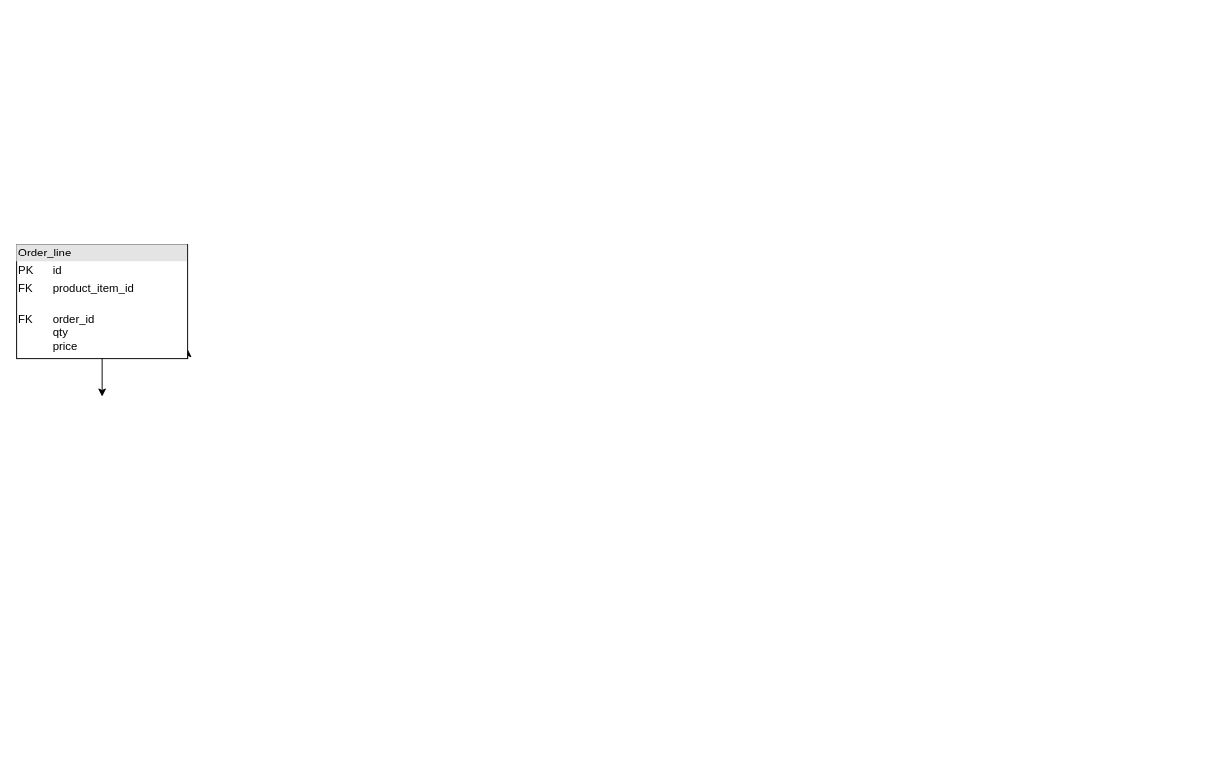
Earlier version of the draw.io diagram JavaNotes/Database/E-Commerce.drawio (FerdoushiNahar/Java). Source tidied: cells renumbered, new cells numbered last; positions are measured from the earlier drawing's top-left corner, leaving out a move shared by most shapes. Both pictures are drawn from the tidied source at 95%, with x=0, y=0 at pixel (16, 244).
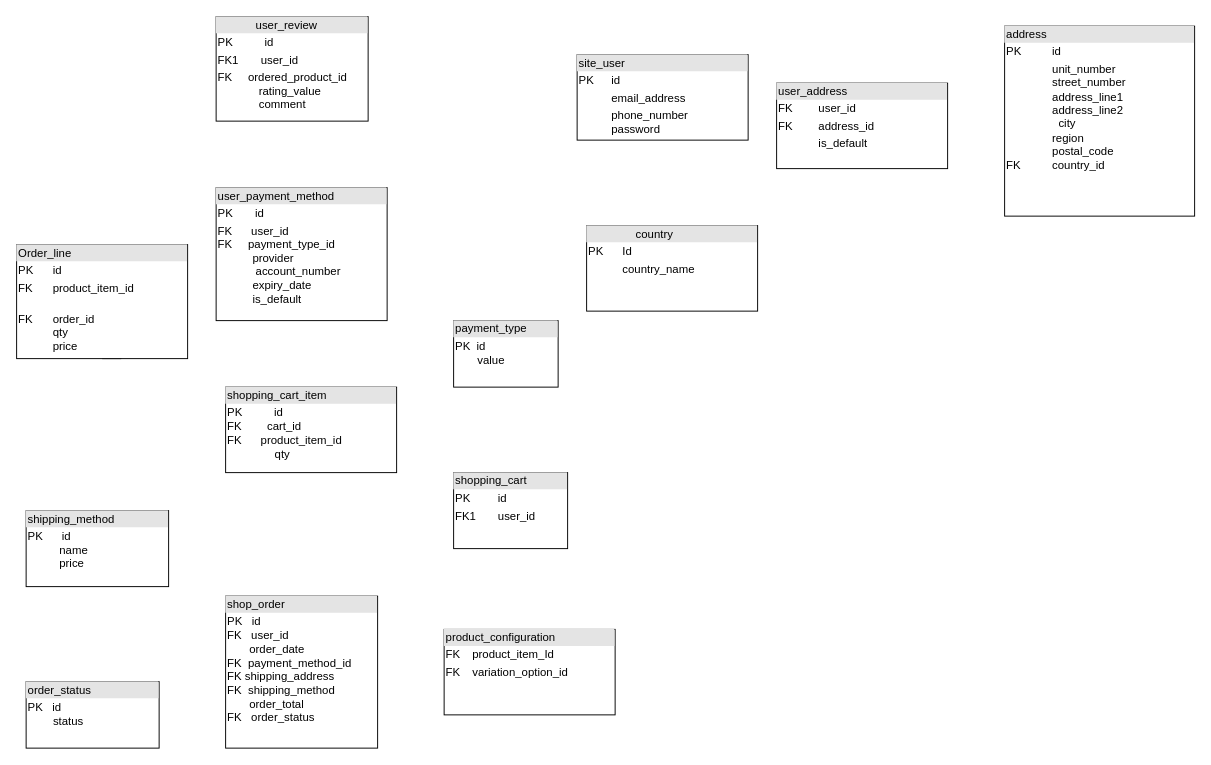
The same diagram, later.

Diff of the diagram source:
```diff
@@
 <mxGraphModel>
   <root>
     <mxCell id="0" />
     <mxCell id="1" parent="0" />
-    <mxCell id="2" style="edgeStyle=orthogonalEdgeStyle;rounded=0;orthogonalLoop=1;jettySize=auto;html=1;" parent="1" edge="1">
-      <mxGeometry relative="1" as="geometry">
-        <mxPoint x="90" y="110" as="sourcePoint" />
-        <mxPoint x="90" y="160" as="targetPoint" />
-      </mxGeometry>
-    </mxCell>
     <mxCell id="3" style="edgeStyle=orthogonalEdgeStyle;rounded=0;jettySize=auto;html=1;exitX=0.5;exitY=1;exitDx=0;exitDy=0;" parent="1" edge="1" source="5">
       <mxGeometry relative="1" as="geometry">
-        <mxPoint x="90" y="100" as="targetPoint" />
+        <mxPoint x="110" y="100" as="targetPoint" />
       </mxGeometry>
     </mxCell>
-    <mxCell id="4" style="edgeStyle=orthogonalEdgeStyle;rounded=0;jettySize=auto;html=1;exitX=1;exitY=1;exitDx=0;exitDy=0;" parent="1" edge="1" source="5">
-      <mxGeometry relative="1" as="geometry">
-        <mxPoint x="180" y="110" as="targetPoint" />
-      </mxGeometry>
-    </mxCell>
     <mxCell id="5" value="&lt;div style=&quot;box-sizing:border-box;width:100%;background:#e4e4e4;padding:2px;&quot;&gt;Order_line&lt;/div&gt;&lt;table style=&quot;width:100%;font-size:1em;&quot; cellpadding=&quot;2&quot; cellspacing=&quot;0&quot;&gt;&lt;tbody&gt;&lt;tr&gt;&lt;td&gt;PK&lt;/td&gt;&lt;td&gt;id&lt;br&gt;&lt;/td&gt;&lt;/tr&gt;&lt;tr&gt;&lt;td&gt;FK&amp;nbsp;&lt;br&gt;&lt;/td&gt;&lt;td&gt;product_item_id&lt;br&gt;&lt;/td&gt;&lt;/tr&gt;&lt;tr&gt;&lt;td&gt;&lt;br&gt;FK&lt;br&gt;&lt;br&gt;&lt;br&gt;&lt;br&gt;&lt;/td&gt;&lt;td&gt;order_id&lt;br&gt;qty&lt;br&gt;price&lt;/td&gt;&lt;/tr&gt;&lt;/tbody&gt;&lt;/table&gt;" style="verticalAlign=top;align=left;overflow=fill;html=1;whiteSpace=wrap;" parent="1" vertex="1">
       <mxGeometry width="180" height="120" as="geometry" />
     </mxCell>
+    <mxCell id="6" value="&lt;div style=&quot;box-sizing:border-box;width:100%;background:#e4e4e4;padding:2px;&quot;&gt;&amp;nbsp; &amp;nbsp; &amp;nbsp; &amp;nbsp; &amp;nbsp; &amp;nbsp; user_review&lt;/div&gt;&lt;table style=&quot;width:100%;font-size:1em;&quot; cellpadding=&quot;2&quot; cellspacing=&quot;0&quot;&gt;&lt;tbody&gt;&lt;tr&gt;&lt;td&gt;PK&amp;nbsp; &amp;nbsp; &amp;nbsp; &amp;nbsp; &amp;nbsp; id&lt;/td&gt;&lt;td&gt;&lt;br&gt;&lt;/td&gt;&lt;/tr&gt;&lt;tr&gt;&lt;td&gt;FK1&amp;nbsp; &amp;nbsp; &amp;nbsp; &amp;nbsp;user_id&lt;/td&gt;&lt;td&gt;&lt;br&gt;&lt;/td&gt;&lt;/tr&gt;&lt;tr&gt;&lt;td&gt;FK&amp;nbsp; &amp;nbsp; &amp;nbsp;ordered_product_id&lt;br&gt;&amp;nbsp; &amp;nbsp; &amp;nbsp; &amp;nbsp; &amp;nbsp; &amp;nbsp; &amp;nbsp;rating_value&lt;br&gt;&amp;nbsp; &amp;nbsp; &amp;nbsp; &amp;nbsp; &amp;nbsp; &amp;nbsp; &amp;nbsp;comment&lt;br&gt;&amp;nbsp; &amp;nbsp;&amp;nbsp;&lt;/td&gt;&lt;td&gt;&lt;br&gt;&lt;br&gt;&lt;/td&gt;&lt;/tr&gt;&lt;/tbody&gt;&lt;/table&gt;" style="verticalAlign=top;align=left;overflow=fill;html=1;whiteSpace=wrap;" parent="1" vertex="1">
+      <mxGeometry x="210" y="-240" width="160" height="110" as="geometry" />
+    </mxCell>
+    <mxCell id="7" value="&lt;div style=&quot;box-sizing:border-box;width:100%;background:#e4e4e4;padding:2px;&quot;&gt;user_payment_method&lt;/div&gt;&lt;table style=&quot;width:100%;font-size:1em;&quot; cellpadding=&quot;2&quot; cellspacing=&quot;0&quot;&gt;&lt;tbody&gt;&lt;tr&gt;&lt;td&gt;PK&amp;nbsp; &amp;nbsp; &amp;nbsp; &amp;nbsp;id&lt;/td&gt;&lt;td&gt;&lt;br&gt;&lt;/td&gt;&lt;/tr&gt;&lt;tr&gt;&lt;td&gt;FK&amp;nbsp; &amp;nbsp; &amp;nbsp; user_id&lt;br&gt;FK&amp;nbsp; &amp;nbsp; &amp;nbsp;payment_type_id&lt;br&gt;&amp;nbsp; &amp;nbsp; &amp;nbsp; &amp;nbsp; &amp;nbsp; &amp;nbsp;provider&lt;br&gt;&amp;nbsp; &amp;nbsp; &amp;nbsp; &amp;nbsp; &amp;nbsp; &amp;nbsp; account_number&lt;br&gt;&amp;nbsp; &amp;nbsp; &amp;nbsp; &amp;nbsp; &amp;nbsp; &amp;nbsp;expiry_date&lt;br&gt;&amp;nbsp; &amp;nbsp; &amp;nbsp; &amp;nbsp; &amp;nbsp; &amp;nbsp;is_default&lt;/td&gt;&lt;td&gt;&lt;br&gt;&lt;/td&gt;&lt;/tr&gt;&lt;tr&gt;&lt;td&gt;&lt;/td&gt;&lt;td&gt;&lt;br&gt;&lt;/td&gt;&lt;/tr&gt;&lt;/tbody&gt;&lt;/table&gt;" style="verticalAlign=top;align=left;overflow=fill;html=1;whiteSpace=wrap;" parent="1" vertex="1">
+      <mxGeometry x="210" y="-60" width="180" height="140" as="geometry" />
+    </mxCell>
+    <mxCell id="8" value="&lt;div style=&quot;box-sizing:border-box;width:100%;background:#e4e4e4;padding:2px;&quot;&gt;shopping_cart_item&lt;/div&gt;&lt;table style=&quot;width:100%;font-size:1em;&quot; cellpadding=&quot;2&quot; cellspacing=&quot;0&quot;&gt;&lt;tbody&gt;&lt;tr&gt;&lt;td&gt;PK&amp;nbsp; &amp;nbsp; &amp;nbsp; &amp;nbsp; &amp;nbsp; id&lt;br&gt;FK&amp;nbsp; &amp;nbsp; &amp;nbsp; &amp;nbsp; cart_id&lt;br&gt;FK&amp;nbsp; &amp;nbsp; &amp;nbsp; product_item_id&lt;br&gt;&amp;nbsp; &amp;nbsp; &amp;nbsp; &amp;nbsp; &amp;nbsp; &amp;nbsp; &amp;nbsp; &amp;nbsp;qty&lt;/td&gt;&lt;td&gt;&lt;br&gt;&lt;/td&gt;&lt;/tr&gt;&lt;tr&gt;&lt;td&gt;&lt;br&gt;&lt;/td&gt;&lt;td&gt;&lt;br&gt;&lt;/td&gt;&lt;/tr&gt;&lt;tr&gt;&lt;td&gt;&lt;/td&gt;&lt;td&gt;&lt;br&gt;&lt;/td&gt;&lt;/tr&gt;&lt;/tbody&gt;&lt;/table&gt;" style="verticalAlign=top;align=left;overflow=fill;html=1;whiteSpace=wrap;" parent="1" vertex="1">
+      <mxGeometry x="220" y="150" width="180" height="90" as="geometry" />
+    </mxCell>
+    <mxCell id="9" value="&lt;div style=&quot;box-sizing:border-box;width:100%;background:#e4e4e4;padding:2px;&quot;&gt;shipping_method&lt;/div&gt;&lt;table style=&quot;width:100%;font-size:1em;&quot; cellpadding=&quot;2&quot; cellspacing=&quot;0&quot;&gt;&lt;tbody&gt;&lt;tr&gt;&lt;td&gt;PK&amp;nbsp; &amp;nbsp; &amp;nbsp; id&lt;br&gt;&amp;nbsp; &amp;nbsp; &amp;nbsp; &amp;nbsp; &amp;nbsp; name&lt;br&gt;&amp;nbsp; &amp;nbsp; &amp;nbsp; &amp;nbsp; &amp;nbsp; price&lt;/td&gt;&lt;td&gt;&lt;br&gt;&lt;/td&gt;&lt;/tr&gt;&lt;tr&gt;&lt;td&gt;&lt;br&gt;&lt;/td&gt;&lt;td&gt;&lt;br&gt;&lt;/td&gt;&lt;/tr&gt;&lt;tr&gt;&lt;td&gt;&lt;/td&gt;&lt;td&gt;&lt;br&gt;&lt;/td&gt;&lt;/tr&gt;&lt;/tbody&gt;&lt;/table&gt;" style="verticalAlign=top;align=left;overflow=fill;html=1;whiteSpace=wrap;" parent="1" vertex="1">
+      <mxGeometry x="10" y="280" width="150" height="80" as="geometry" />
+    </mxCell>
+    <mxCell id="10" value="&lt;div style=&quot;box-sizing:border-box;width:100%;background:#e4e4e4;padding:2px;&quot;&gt;order_status&lt;/div&gt;&lt;table style=&quot;width:100%;font-size:1em;&quot; cellpadding=&quot;2&quot; cellspacing=&quot;0&quot;&gt;&lt;tbody&gt;&lt;tr&gt;&lt;td&gt;PK&amp;nbsp; &amp;nbsp;id&lt;br&gt;&amp;nbsp; &amp;nbsp; &amp;nbsp; &amp;nbsp; status&lt;/td&gt;&lt;td&gt;&lt;br&gt;&lt;/td&gt;&lt;/tr&gt;&lt;tr&gt;&lt;td&gt;&lt;br&gt;&lt;/td&gt;&lt;td&gt;&lt;br&gt;&lt;/td&gt;&lt;/tr&gt;&lt;tr&gt;&lt;td&gt;&lt;/td&gt;&lt;td&gt;&lt;br&gt;&lt;/td&gt;&lt;/tr&gt;&lt;/tbody&gt;&lt;/table&gt;" style="verticalAlign=top;align=left;overflow=fill;html=1;whiteSpace=wrap;" parent="1" vertex="1">
+      <mxGeometry x="10" y="460" width="140" height="70" as="geometry" />
+    </mxCell>
+    <mxCell id="11" value="&lt;div style=&quot;box-sizing:border-box;width:100%;background:#e4e4e4;padding:2px;&quot;&gt;shop_order&lt;/div&gt;&lt;table style=&quot;width:100%;font-size:1em;&quot; cellpadding=&quot;2&quot; cellspacing=&quot;0&quot;&gt;&lt;tbody&gt;&lt;tr&gt;&lt;td&gt;PK&amp;nbsp; &amp;nbsp;id&lt;br&gt;FK&amp;nbsp; &amp;nbsp;user_id&lt;br&gt;&amp;nbsp; &amp;nbsp; &amp;nbsp; &amp;nbsp;order_date&lt;br&gt;FK&amp;nbsp; payment_method_id&lt;br&gt;FK shipping_address&lt;br&gt;FK&amp;nbsp; shipping_method&lt;br&gt;&amp;nbsp; &amp;nbsp; &amp;nbsp; &amp;nbsp;order_total&lt;br&gt;FK&amp;nbsp; &amp;nbsp;order_status&lt;br&gt;&lt;br&gt;&lt;/td&gt;&lt;td&gt;&lt;br&gt;&lt;/td&gt;&lt;/tr&gt;&lt;tr&gt;&lt;td&gt;&lt;br&gt;&lt;/td&gt;&lt;td&gt;&lt;br&gt;&lt;/td&gt;&lt;/tr&gt;&lt;tr&gt;&lt;td&gt;&lt;/td&gt;&lt;td&gt;&lt;br&gt;&lt;/td&gt;&lt;/tr&gt;&lt;/tbody&gt;&lt;/table&gt;" style="verticalAlign=top;align=left;overflow=fill;html=1;whiteSpace=wrap;" parent="1" vertex="1">
+      <mxGeometry x="220" y="370" width="160" height="160" as="geometry" />
+    </mxCell>
+    <mxCell id="12" value="&lt;div style=&quot;box-sizing:border-box;width:100%;background:#e4e4e4;padding:2px;&quot;&gt;payment_type&lt;/div&gt;&lt;table style=&quot;width:100%;font-size:1em;&quot; cellpadding=&quot;2&quot; cellspacing=&quot;0&quot;&gt;&lt;tbody&gt;&lt;tr&gt;&lt;td&gt;PK&amp;nbsp; id&lt;br&gt;&amp;nbsp; &amp;nbsp; &amp;nbsp; &amp;nbsp;value&lt;/td&gt;&lt;td&gt;&lt;br&gt;&lt;/td&gt;&lt;/tr&gt;&lt;tr&gt;&lt;td&gt;&lt;br&gt;&lt;/td&gt;&lt;td&gt;&lt;br&gt;&lt;/td&gt;&lt;/tr&gt;&lt;tr&gt;&lt;td&gt;&lt;/td&gt;&lt;td&gt;&lt;br&gt;&lt;/td&gt;&lt;/tr&gt;&lt;/tbody&gt;&lt;/table&gt;" style="verticalAlign=top;align=left;overflow=fill;html=1;whiteSpace=wrap;" parent="1" vertex="1">
+      <mxGeometry x="460" y="80" width="110" height="70" as="geometry" />
+    </mxCell>
+    <mxCell id="13" value="&lt;div style=&quot;box-sizing:border-box;width:100%;background:#e4e4e4;padding:2px;&quot;&gt;shopping_cart&lt;/div&gt;&lt;table style=&quot;width:100%;font-size:1em;&quot; cellpadding=&quot;2&quot; cellspacing=&quot;0&quot;&gt;&lt;tbody&gt;&lt;tr&gt;&lt;td&gt;PK&lt;/td&gt;&lt;td&gt;id&lt;/td&gt;&lt;/tr&gt;&lt;tr&gt;&lt;td&gt;FK1&lt;/td&gt;&lt;td&gt;user_id&lt;/td&gt;&lt;/tr&gt;&lt;tr&gt;&lt;td&gt;&lt;/td&gt;&lt;td&gt;&lt;br&gt;&lt;/td&gt;&lt;/tr&gt;&lt;/tbody&gt;&lt;/table&gt;" style="verticalAlign=top;align=left;overflow=fill;html=1;whiteSpace=wrap;" parent="1" vertex="1">
+      <mxGeometry x="460" y="240" width="120" height="80" as="geometry" />
+    </mxCell>
+    <mxCell id="14" value="&lt;div style=&quot;box-sizing:border-box;width:100%;background:#e4e4e4;padding:2px;&quot;&gt;product_configuration&lt;/div&gt;&lt;table style=&quot;width:100%;font-size:1em;&quot; cellpadding=&quot;2&quot; cellspacing=&quot;0&quot;&gt;&lt;tbody&gt;&lt;tr&gt;&lt;td&gt;FK&lt;/td&gt;&lt;td&gt;product_item_Id&lt;/td&gt;&lt;/tr&gt;&lt;tr&gt;&lt;td&gt;FK&lt;/td&gt;&lt;td&gt;variation_option_id&lt;/td&gt;&lt;/tr&gt;&lt;tr&gt;&lt;td&gt;&lt;/td&gt;&lt;td&gt;&lt;br&gt;&lt;/td&gt;&lt;/tr&gt;&lt;/tbody&gt;&lt;/table&gt;" style="verticalAlign=top;align=left;overflow=fill;html=1;whiteSpace=wrap;" parent="1" vertex="1">
+      <mxGeometry x="450" y="405" width="180" height="90" as="geometry" />
+    </mxCell>
+    <mxCell id="15" value="&lt;div style=&quot;box-sizing:border-box;width:100%;background:#e4e4e4;padding:2px;&quot;&gt;site_user&lt;/div&gt;&lt;table style=&quot;width:100%;font-size:1em;&quot; cellpadding=&quot;2&quot; cellspacing=&quot;0&quot;&gt;&lt;tbody&gt;&lt;tr&gt;&lt;td&gt;PK&lt;/td&gt;&lt;td&gt;id&lt;/td&gt;&lt;/tr&gt;&lt;tr&gt;&lt;td&gt;&lt;br&gt;&lt;/td&gt;&lt;td&gt;email_address&lt;/td&gt;&lt;/tr&gt;&lt;tr&gt;&lt;td&gt;&lt;/td&gt;&lt;td&gt;phone_number&lt;br&gt;password&lt;/td&gt;&lt;/tr&gt;&lt;/tbody&gt;&lt;/table&gt;" style="verticalAlign=top;align=left;overflow=fill;html=1;whiteSpace=wrap;" parent="1" vertex="1">
+      <mxGeometry x="590" y="-200" width="180" height="90" as="geometry" />
+    </mxCell>
+    <mxCell id="16" value="&lt;div style=&quot;box-sizing:border-box;width:100%;background:#e4e4e4;padding:2px;&quot;&gt;&amp;nbsp; &amp;nbsp; &amp;nbsp; &amp;nbsp; &amp;nbsp; &amp;nbsp; &amp;nbsp; &amp;nbsp;country&lt;/div&gt;&lt;table style=&quot;width:100%;font-size:1em;&quot; cellpadding=&quot;2&quot; cellspacing=&quot;0&quot;&gt;&lt;tbody&gt;&lt;tr&gt;&lt;td&gt;PK&lt;/td&gt;&lt;td&gt;Id&lt;/td&gt;&lt;/tr&gt;&lt;tr&gt;&lt;td&gt;&lt;br&gt;&lt;/td&gt;&lt;td&gt;country_name&lt;/td&gt;&lt;/tr&gt;&lt;tr&gt;&lt;td&gt;&lt;/td&gt;&lt;td&gt;&lt;br&gt;&lt;/td&gt;&lt;/tr&gt;&lt;/tbody&gt;&lt;/table&gt;" style="verticalAlign=top;align=left;overflow=fill;html=1;whiteSpace=wrap;" parent="1" vertex="1">
+      <mxGeometry x="600" y="-20" width="180" height="90" as="geometry" />
+    </mxCell>
+    <mxCell id="17" value="&lt;div style=&quot;box-sizing:border-box;width:100%;background:#e4e4e4;padding:2px;&quot;&gt;user_address&lt;/div&gt;&lt;table style=&quot;width:100%;font-size:1em;&quot; cellpadding=&quot;2&quot; cellspacing=&quot;0&quot;&gt;&lt;tbody&gt;&lt;tr&gt;&lt;td&gt;FK&lt;/td&gt;&lt;td&gt;user_id&lt;/td&gt;&lt;/tr&gt;&lt;tr&gt;&lt;td&gt;FK&lt;/td&gt;&lt;td&gt;address_id&lt;/td&gt;&lt;/tr&gt;&lt;tr&gt;&lt;td&gt;&lt;/td&gt;&lt;td&gt;is_default&lt;/td&gt;&lt;/tr&gt;&lt;/tbody&gt;&lt;/table&gt;" style="verticalAlign=top;align=left;overflow=fill;html=1;whiteSpace=wrap;" parent="1" vertex="1">
+      <mxGeometry x="800" y="-170" width="180" height="90" as="geometry" />
+    </mxCell>
+    <mxCell id="18" value="&lt;div style=&quot;box-sizing:border-box;width:100%;background:#e4e4e4;padding:2px;&quot;&gt;address&lt;/div&gt;&lt;table style=&quot;width:100%;font-size:1em;&quot; cellpadding=&quot;2&quot; cellspacing=&quot;0&quot;&gt;&lt;tbody&gt;&lt;tr&gt;&lt;td&gt;PK&lt;/td&gt;&lt;td&gt;id&lt;/td&gt;&lt;/tr&gt;&lt;tr&gt;&lt;td&gt;&lt;br&gt;&lt;br&gt;&lt;br&gt;&lt;br&gt;&lt;br&gt;&lt;br&gt;FK&amp;nbsp;&amp;nbsp;&lt;/td&gt;&lt;td&gt;unit_number&lt;br&gt;street_number&lt;br&gt;address_line1&lt;br&gt;address_line2&lt;br&gt;&amp;nbsp; city&lt;br&gt;region&lt;br&gt;postal_code&lt;br&gt;country_id&lt;br&gt;&lt;br&gt;&lt;/td&gt;&lt;/tr&gt;&lt;tr&gt;&lt;td&gt;&lt;/td&gt;&lt;td&gt;&lt;br&gt;&lt;/td&gt;&lt;/tr&gt;&lt;/tbody&gt;&lt;/table&gt;" style="verticalAlign=top;align=left;overflow=fill;html=1;whiteSpace=wrap;" parent="1" vertex="1">
+      <mxGeometry x="1040" y="-230" width="200" height="200" as="geometry" />
+    </mxCell>
   </root>
 </mxGraphModel>
```
